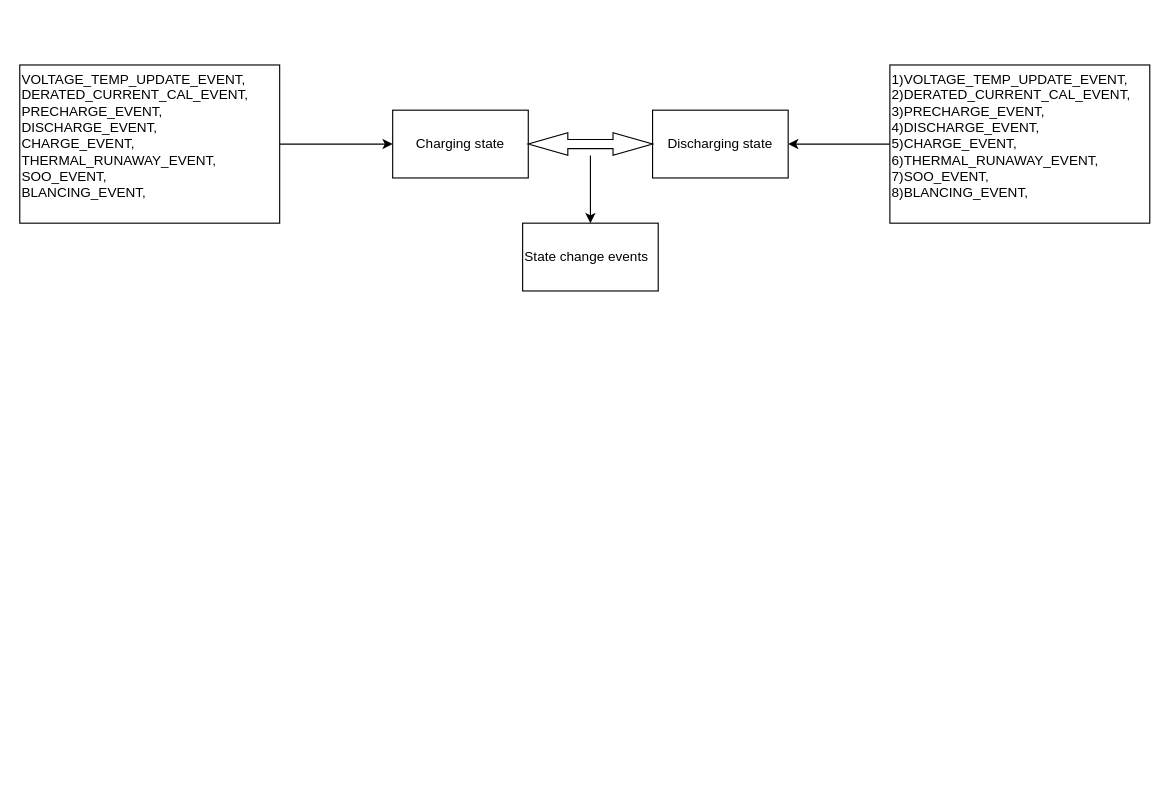
Before: batteryProcessStateEvents.drawio in vigneshvaradaraj/bms_R, a draw.io diagram. Source tidied: cells renumbered, new cells numbered last; positions are measured from the earlier drawing's top-left corner, leaving out a move shared by most shapes. Both pictures are drawn from the tidied source at 113%, with x=0, y=0 at pixel (19, 64).
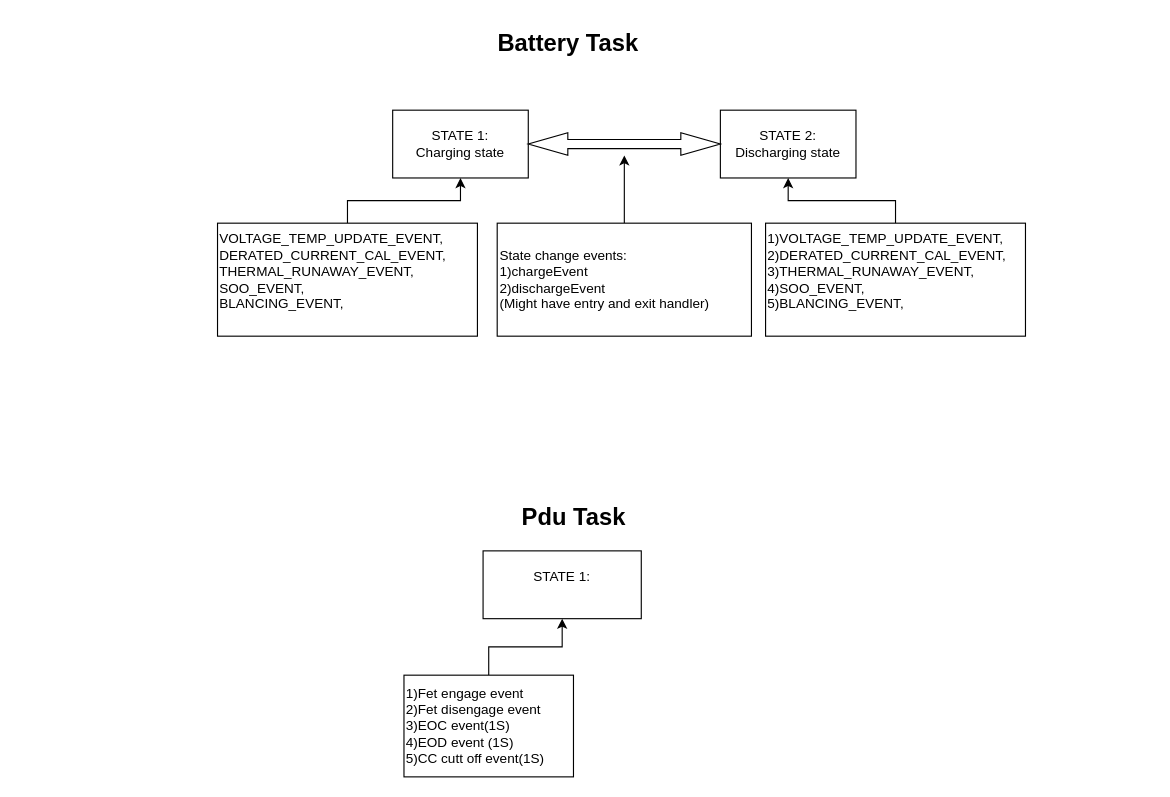
After the change.

Commit message (it also covers changes not shown here):
EOC EOD added in PDU task TODO: EOC & EOD event needs to be added

The edit, as a diff of the source:
```diff
@@
 <mxGraphModel>
   <root>
     <mxCell id="0" />
     <mxCell id="1" parent="0" />
-    <mxCell id="2" value="Charging state" style="rounded=0;whiteSpace=wrap;html=1;" parent="1" vertex="1">
+    <mxCell id="2" value="STATE 1:&lt;div&gt;Charging state&lt;/div&gt;" style="rounded=0;whiteSpace=wrap;html=1;" parent="1" vertex="1">
       <mxGeometry x="330" y="40" width="120" height="60" as="geometry" />
     </mxCell>
-    <mxCell id="3" value="Discharging state" style="rounded=0;whiteSpace=wrap;html=1;" parent="1" vertex="1">
-      <mxGeometry x="560" y="40" width="120" height="60" as="geometry" />
+    <mxCell id="3" value="STATE 2:&lt;div&gt;Discharging state&lt;/div&gt;" style="rounded=0;whiteSpace=wrap;html=1;" parent="1" vertex="1">
+      <mxGeometry x="620" y="40" width="120" height="60" as="geometry" />
     </mxCell>
     <mxCell id="4" style="edgeStyle=orthogonalEdgeStyle;rounded=0;jettySize=auto;html=1;" parent="1" edge="1" source="5" target="2">
       <mxGeometry relative="1" as="geometry" />
     </mxCell>
-    <mxCell id="5" value="&lt;div style=&quot;text-align: justify;&quot;&gt;&lt;div&gt;VOLTAGE_TEMP_UPDATE_EVENT, DERATED&lt;span style=&quot;background-color: transparent; color: light-dark(rgb(0, 0, 0), rgb(255, 255, 255));&quot;&gt;_CURRENT_CAL_EVENT,&lt;/span&gt;&lt;/div&gt;&lt;div&gt;PRECHARGE_EVENT,&lt;/div&gt;&lt;div&gt;DISCHARGE_EVENT,&lt;/div&gt;&lt;div&gt;CHARGE_EVENT,&lt;/div&gt;&lt;div&gt;THERMAL_RUNAWAY_EVENT,&lt;/div&gt;&lt;div&gt;SOO_EVENT,&lt;/div&gt;&lt;div&gt;BLANCING_EVENT,&lt;/div&gt;&lt;div&gt;&lt;br&gt;&lt;/div&gt;&lt;/div&gt;" style="rounded=0;whiteSpace=wrap;html=1;align=left;" parent="1" vertex="1">
-      <mxGeometry width="230" height="140" as="geometry" />
+    <mxCell id="5" value="&lt;div style=&quot;text-align: justify;&quot;&gt;&lt;div&gt;VOLTAGE_TEMP_UPDATE_EVENT, DERATED&lt;span style=&quot;background-color: transparent; color: light-dark(rgb(0, 0, 0), rgb(255, 255, 255));&quot;&gt;_CURRENT_CAL_EVENT,&lt;/span&gt;&lt;/div&gt;&lt;div&gt;THERMAL_RUNAWAY_EVENT,&lt;/div&gt;&lt;div&gt;SOO_EVENT,&lt;/div&gt;&lt;div&gt;BLANCING_EVENT,&lt;/div&gt;&lt;div&gt;&lt;br&gt;&lt;/div&gt;&lt;/div&gt;" style="rounded=0;whiteSpace=wrap;html=1;align=left;" parent="1" vertex="1">
+      <mxGeometry x="175" y="140" width="230" height="100" as="geometry" />
     </mxCell>
-    <mxCell id="6" style="edgeStyle=orthogonalEdgeStyle;rounded=0;jettySize=auto;html=1;" parent="1" edge="1" source="7" target="8">
-      <mxGeometry relative="1" as="geometry" />
-    </mxCell>
     <mxCell id="7" style="html=1;shadow=0;dashed=0;align=center;verticalAlign=middle;shape=mxgraph.arrows2.twoWayArrow;dy=0.6;dx=35;" parent="1" vertex="1">
-      <mxGeometry x="450" y="60" width="110" height="20" as="geometry" />
+      <mxGeometry x="450" y="60" width="170" height="20" as="geometry" />
     </mxCell>
+    <mxCell id="11" style="edgeStyle=orthogonalEdgeStyle;rounded=0;jettySize=auto;html=1;" parent="1" edge="1" source="8" target="7">
+      <mxGeometry relative="1" as="geometry" />
+    </mxCell>
-    <mxCell id="8" value="State change events" style="whiteSpace=wrap;html=1;shadow=0;dashed=0;align=left;" parent="1" vertex="1">
-      <mxGeometry x="445" y="140" width="120" height="60" as="geometry" />
+    <mxCell id="8" value="State change events:&lt;div&gt;1)chargeEvent&lt;/div&gt;&lt;div&gt;2)dischargeEvent&lt;/div&gt;&lt;div&gt;(Might have entry and exit handler)&lt;/div&gt;" style="whiteSpace=wrap;html=1;shadow=0;dashed=0;align=left;" parent="1" vertex="1">
+      <mxGeometry x="422.5" y="140" width="225" height="100" as="geometry" />
     </mxCell>
     <mxCell id="9" style="edgeStyle=orthogonalEdgeStyle;rounded=0;jettySize=auto;html=1;" parent="1" edge="1" source="10" target="3">
       <mxGeometry relative="1" as="geometry" />
     </mxCell>
-    <mxCell id="10" value="&lt;div style=&quot;text-align: justify;&quot;&gt;&lt;div&gt;1)VOLTAGE_TEMP_UPDATE_EVENT, 2)DERATED&lt;span style=&quot;background-color: transparent; color: light-dark(rgb(0, 0, 0), rgb(255, 255, 255));&quot;&gt;_CURRENT_CAL_EVENT,&lt;/span&gt;&lt;/div&gt;&lt;div&gt;3)PRECHARGE_EVENT,&lt;/div&gt;&lt;div&gt;4)DISCHARGE_EVENT,&lt;/div&gt;&lt;div&gt;5)CHARGE_EVENT,&lt;/div&gt;&lt;div&gt;6)THERMAL_RUNAWAY_EVENT,&lt;/div&gt;&lt;div&gt;&lt;span style=&quot;background-color: transparent; color: light-dark(rgb(0, 0, 0), rgb(255, 255, 255));&quot;&gt;7)SOO_EVENT,&lt;/span&gt;&lt;/div&gt;&lt;div&gt;8)BLANCING_EVENT,&lt;/div&gt;&lt;div&gt;&lt;br&gt;&lt;/div&gt;&lt;/div&gt;" style="rounded=0;whiteSpace=wrap;html=1;align=left;" parent="1" vertex="1">
-      <mxGeometry x="770" width="230" height="140" as="geometry" />
+    <mxCell id="10" value="&lt;div style=&quot;text-align: justify;&quot;&gt;&lt;div&gt;1)VOLTAGE_TEMP_UPDATE_EVENT, 2)DERATED&lt;span style=&quot;background-color: transparent; color: light-dark(rgb(0, 0, 0), rgb(255, 255, 255));&quot;&gt;_CURRENT_CAL_EVENT,&lt;/span&gt;&lt;/div&gt;&lt;div&gt;3)THERMAL_RUNAWAY_EVENT,&lt;/div&gt;&lt;div&gt;&lt;span style=&quot;background-color: transparent; color: light-dark(rgb(0, 0, 0), rgb(255, 255, 255));&quot;&gt;4)SOO_EVENT,&lt;/span&gt;&lt;/div&gt;&lt;div&gt;5)BLANCING_EVENT,&lt;/div&gt;&lt;div&gt;&lt;br&gt;&lt;/div&gt;&lt;/div&gt;" style="rounded=0;whiteSpace=wrap;html=1;align=left;" parent="1" vertex="1">
+      <mxGeometry x="660" y="140" width="230" height="100" as="geometry" />
     </mxCell>
+    <mxCell id="12" value="Battery Task" style="text;strokeColor=none;fillColor=none;html=1;fontSize=21;fontStyle=1;verticalAlign=middle;align=center;autosizeText=1;" parent="1" vertex="1">
+      <mxGeometry x="405" y="-40" width="160" height="40" as="geometry" />
+    </mxCell>
+    <mxCell id="13" value="Pdu Task" style="text;strokeColor=none;fillColor=none;html=1;fontSize=21;fontStyle=1;verticalAlign=middle;align=center;autosizeText=1;" parent="1" vertex="1">
+      <mxGeometry x="410" y="380" width="160" height="40" as="geometry" />
+    </mxCell>
+    <mxCell id="14" value="STATE 1:&lt;div&gt;&lt;br&gt;&lt;/div&gt;" style="rounded=0;whiteSpace=wrap;html=1;" parent="1" vertex="1">
+      <mxGeometry x="410" y="430" width="140" height="60" as="geometry" />
+    </mxCell>
+    <mxCell id="15" style="edgeStyle=orthogonalEdgeStyle;rounded=0;jettySize=auto;html=1;" parent="1" edge="1" source="16" target="14">
+      <mxGeometry relative="1" as="geometry" />
+    </mxCell>
+    <mxCell id="16" value="1)Fet engage event&lt;div&gt;2)Fet disengage event&lt;/div&gt;&lt;div&gt;3)EOC event(1S)&lt;/div&gt;&lt;div&gt;4)EOD event (1S)&lt;/div&gt;&lt;div&gt;5)CC cutt off event(1S)&lt;/div&gt;" style="rounded=0;whiteSpace=wrap;html=1;align=left;" parent="1" vertex="1">
+      <mxGeometry x="340" y="540" width="150" height="90" as="geometry" />
+    </mxCell>
   </root>
 </mxGraphModel>
```
